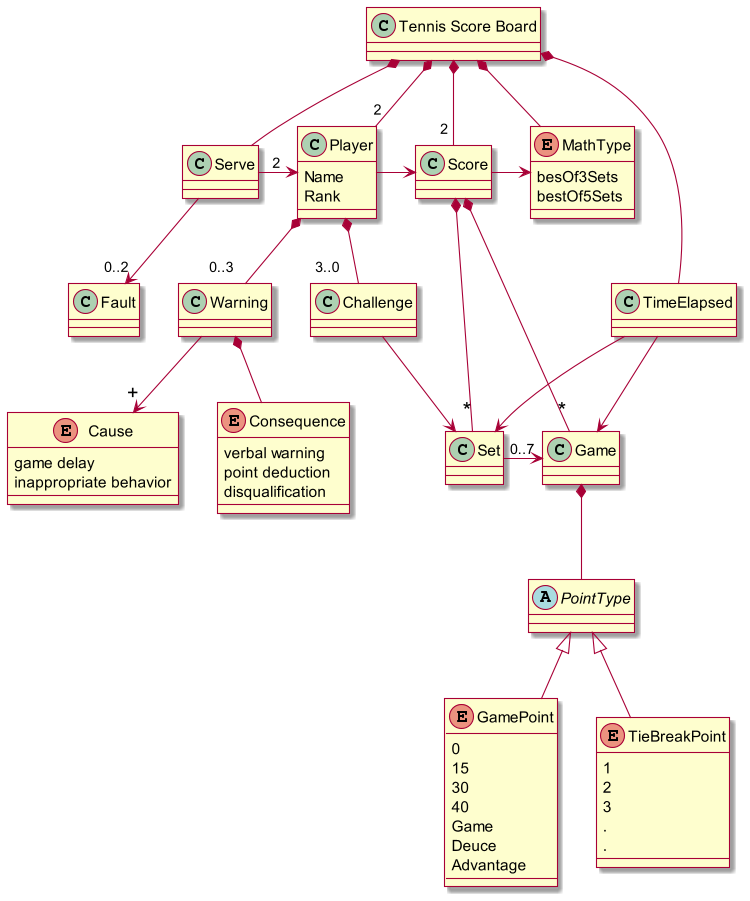
Before: TennisScoreBoard/TennisScoreBoardDomainModel_V1.png, a diagram exported from PlantUML (ferbarret/Modelado).
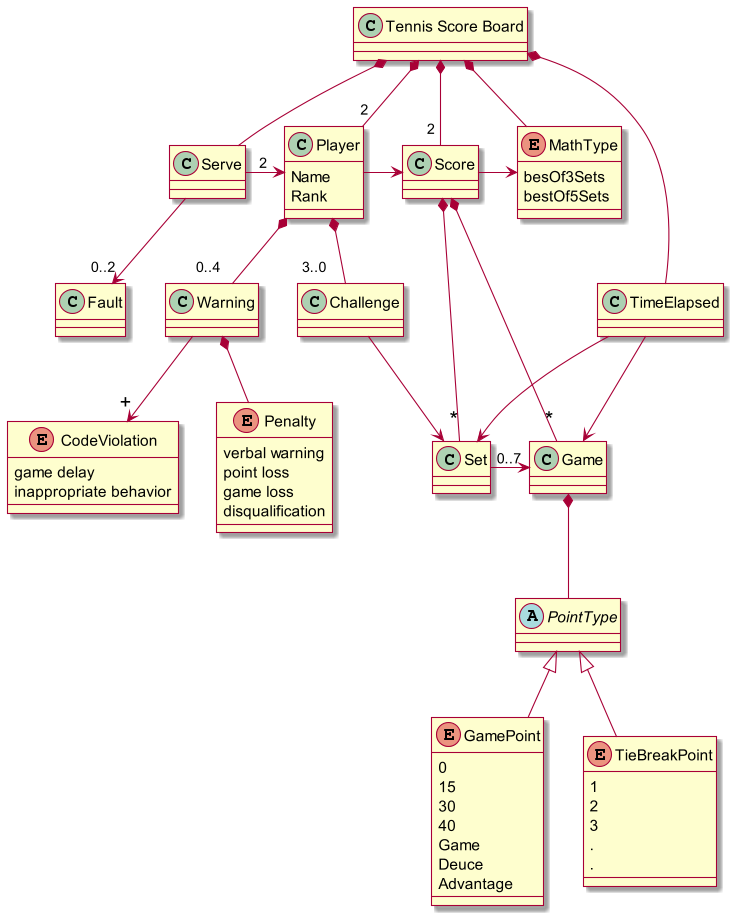
Later version of the same file.

The edit, as a diff of the source:
```diff
@@ -22,7 +22,7 @@
 
 Serve -down-> "0..2" Fault
 Player *-down- "3..0   " Challenge
-Player *-down- "0..3   " Warning
+Player *-down- "0..4   " Warning
 
 Score *-down- "<size: 20>*</size>" Set
 Score *-down- "<size: 20>*</size>" Game
@@ -38,17 +38,18 @@
 
 
 
-enum Cause{
+enum CodeViolation{
     game delay
     inappropriate behavior
 }
-Warning -down-> "<size: 18>+</size>" Cause
-enum Consequence {
+Warning -down-> "<size: 18>+</size>" CodeViolation
+enum Penalty {
     verbal warning
-    point deduction
+    point loss
+    game loss
     disqualification
 }
-Warning *-down- Consequence
+Warning *-down- Penalty
 
 enum GamePoint {
     0
```
